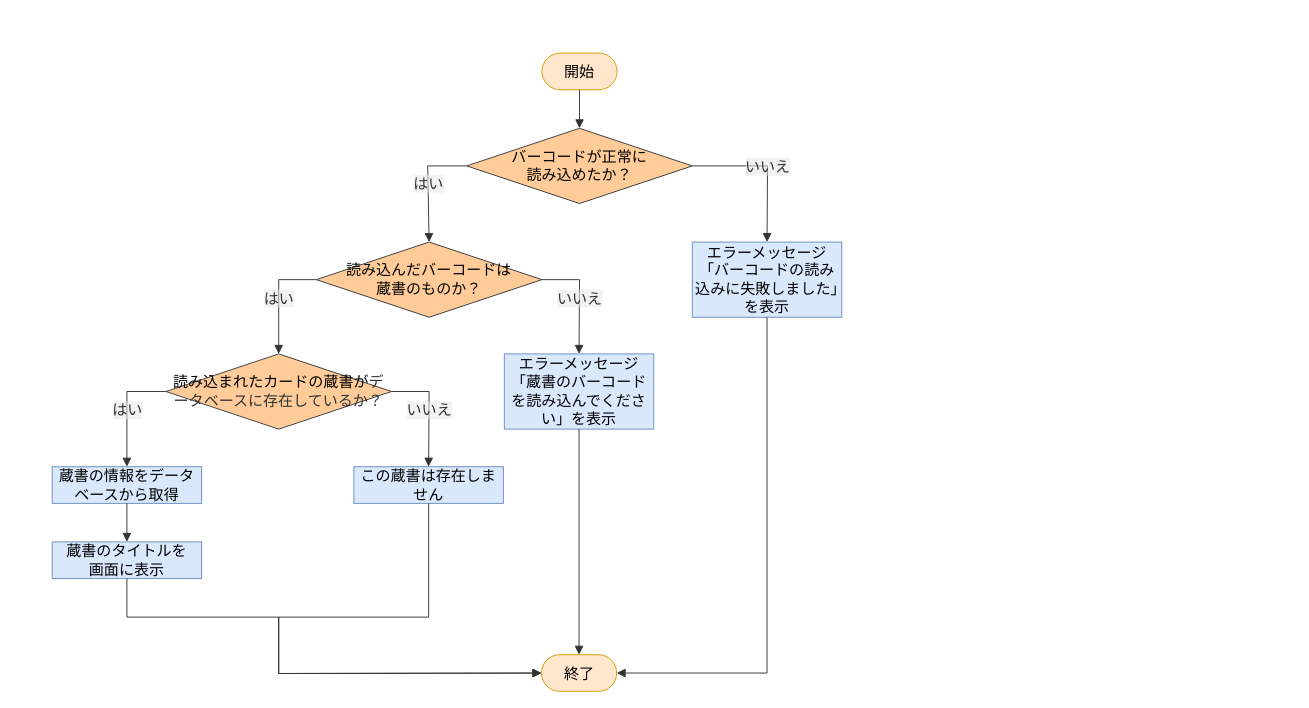
Earlier version of the draw.io diagram 詳細設計書/7班/flowchart/返却申請バーコード読み込み.drawio (rs002421-creator/-). Source tidied: cells renumbered, new cells numbered last; positions are measured from the earlier drawing's top-left corner, leaving out a move shared by most shapes. Both pictures are drawn from the tidied source at 94%, with x=0, y=0 at pixel (16, 16).
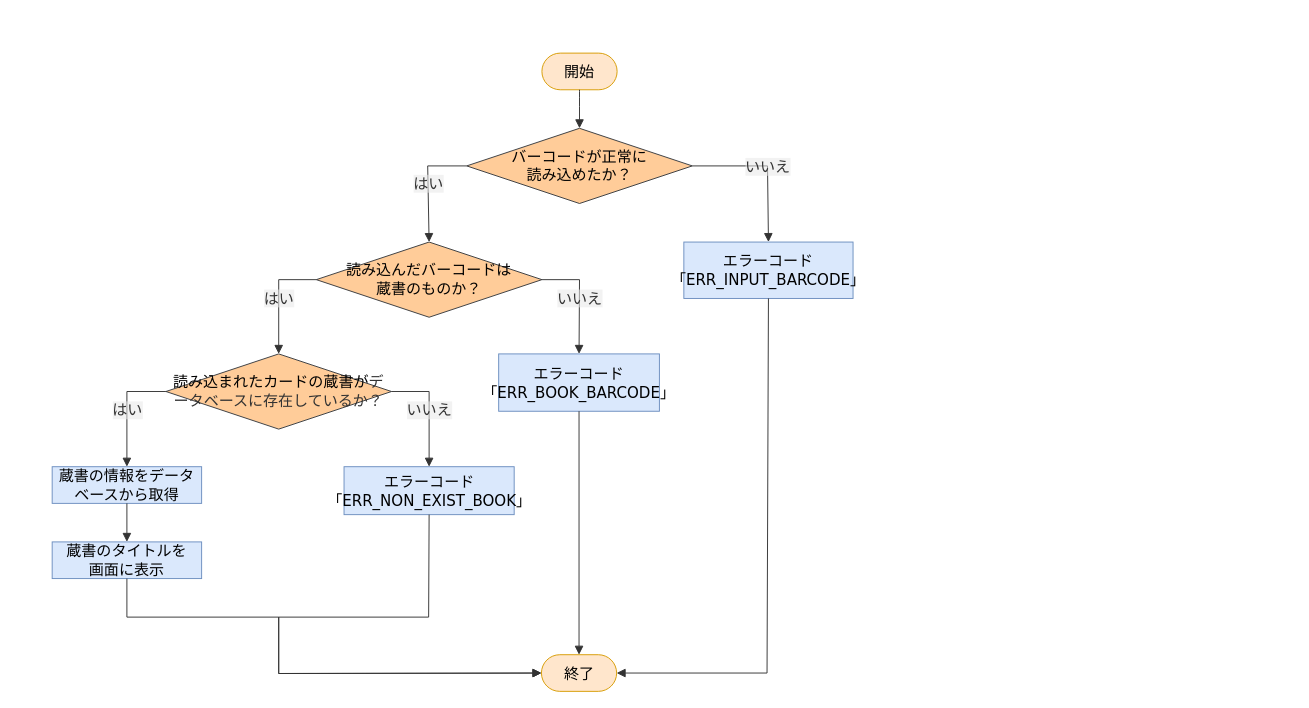
The same page after the edit.

The change refers to these unchanged cells:
```xml
<mxCell id="2" style="group;transparentBounds=1;editIcon=1;lockedGroup=0;groupPadding=10;" parent="1" vertex="1">
  <mxGeometry width="1359" height="689" as="geometry" />
</mxCell>
```

Diff of the diagram source:
```diff
@@
-    <mxCell id="6" value="エラーメッセージ「バーコードの読み込みに失敗しました」を表示" style="html=1;whiteSpace=wrap;strokeWidth=1;fillColor=#dae8fc;strokeColor=#6c8ebf;fontFamily=Trebuchet MS,Verdana,Arial,sans-serif;fontSize=16;" parent="2" vertex="1">
-      <mxGeometry x="719" y="240" width="159" height="80" as="geometry" />
+    <mxCell id="6" value="エラーコード「ERR_INPUT_BARCODE」" style="html=1;whiteSpace=wrap;strokeWidth=1;fillColor=#dae8fc;strokeColor=#6c8ebf;fontFamily=Trebuchet MS,Verdana,Arial,sans-serif;fontSize=16;" parent="2" vertex="1">
+      <mxGeometry x="710" y="240" width="180" height="60" as="geometry" />
     </mxCell>
@@
-    <mxCell id="8" value="エラーメッセージ「蔵書のバーコードを読み込んでください」を表示" style="html=1;whiteSpace=wrap;strokeWidth=1;fillColor=#dae8fc;strokeColor=#6c8ebf;fontFamily=Trebuchet MS,Verdana,Arial,sans-serif;fontSize=16;" parent="2" vertex="1">
-      <mxGeometry x="519" y="359" width="159" height="80" as="geometry" />
+    <mxCell id="8" value="エラーコード「ERR_BOOK_BARCODE」" style="html=1;whiteSpace=wrap;strokeWidth=1;fillColor=#dae8fc;strokeColor=#6c8ebf;fontFamily=Trebuchet MS,Verdana,Arial,sans-serif;fontSize=16;" parent="2" vertex="1">
+      <mxGeometry x="513" y="359" width="171" height="61" as="geometry" />
     </mxCell>
@@
-    <mxCell id="10" value="この蔵書は存在しません" style="html=1;whiteSpace=wrap;strokeWidth=1;fillColor=#dae8fc;strokeColor=#6c8ebf;fontFamily=Trebuchet MS,Verdana,Arial,sans-serif;fontSize=16;" parent="2" vertex="1">
-      <mxGeometry x="359" y="479" width="159" height="39" as="geometry" />
+    <mxCell id="10" value="エラーコード「ERR_NON_EXIST_BOOK」" style="html=1;whiteSpace=wrap;strokeWidth=1;fillColor=#dae8fc;strokeColor=#6c8ebf;fontFamily=Trebuchet MS,Verdana,Arial,sans-serif;fontSize=16;" parent="2" vertex="1">
+      <mxGeometry x="348.5" y="479" width="181" height="51" as="geometry" />
     </mxCell>
```
